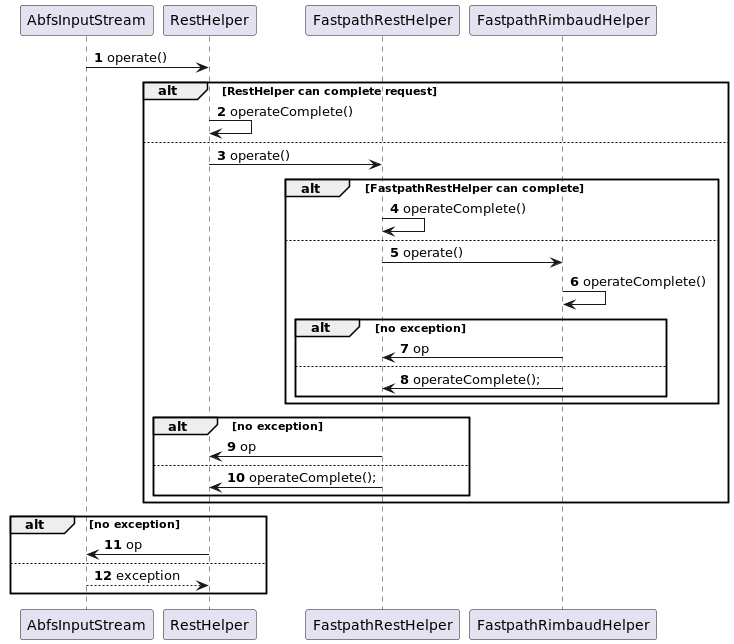
Above: hadoop-tools/hadoop-azure/src/main/resources/diagrams/chainOfResponslity.png in pranavsaxena-microsoft/hadoop (PlantUML), before the change.
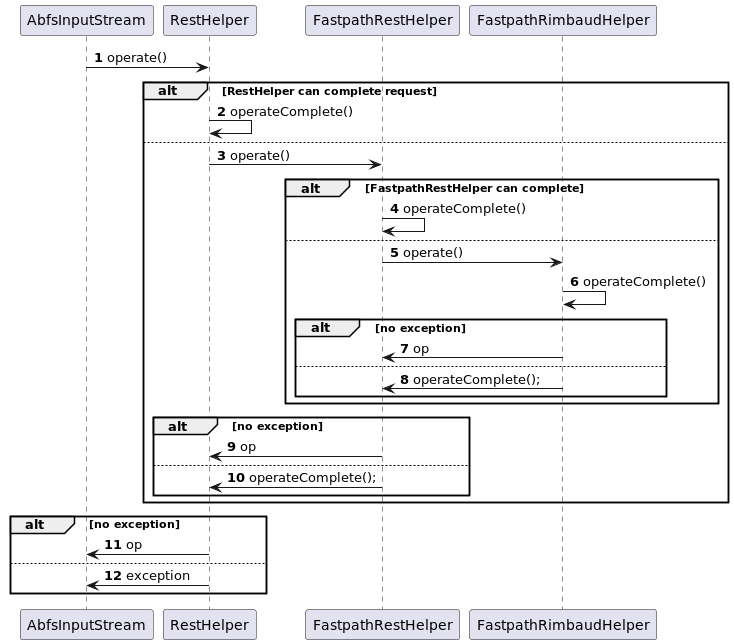
The same file after the commit.

Commit message:
Added diagram for FastpathrestWithPreFetch

Diff of the diagram source:
```diff
@@ -27,6 +27,6 @@
 alt no exception
 RestHelper -> AbfsInputStream: op
 else
-return exception
+RestHelper -> AbfsInputStream: exception
 end
 @enduml
```
